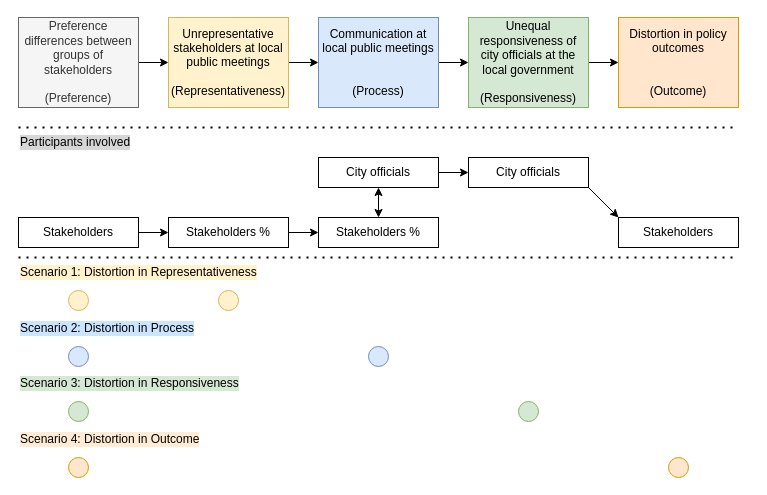
Earlier version of the draw.io diagram newFramework.drawio (changgge/changgge). Source tidied: cells renumbered, new cells numbered last; positions are measured from the earlier drawing's top-left corner, leaving out a move shared by most shapes. Both pictures are drawn from the tidied source at 100%, with x=0, y=0 at pixel (18, 17).
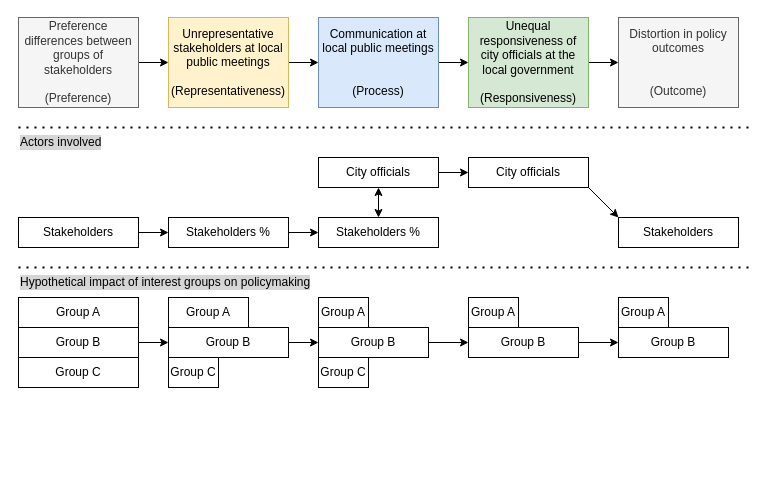
The same diagram, later.

Change to the diagram source:
```diff
@@
-    <mxCell id="10" value="Distortion in policy outcomes&lt;br&gt;&lt;br&gt;&lt;br&gt;(Outcome)" style="rounded=0;whiteSpace=wrap;html=1;fillColor=#ffe6cc;strokeColor=#d79b00;" parent="1" vertex="1">
+    <mxCell id="10" value="Distortion in policy outcomes&lt;br&gt;&lt;br&gt;&lt;br&gt;(Outcome)" style="rounded=0;whiteSpace=wrap;html=1;fillColor=#f5f5f5;strokeColor=#666666;fontColor=#333333;" parent="1" vertex="1">
       <mxGeometry x="600" width="120" height="90" as="geometry" />
     </mxCell>
@@
-    <mxCell id="22" value="Scenario 1: Distortion in Representativeness" style="text;html=1;strokeColor=none;fillColor=none;align=left;verticalAlign=middle;whiteSpace=wrap;rounded=0;labelBackgroundColor=#FFF2CC;" parent="1" vertex="1">
-      <mxGeometry y="240" width="280" height="30" as="geometry" />
-    </mxCell>
-    <mxCell id="23" style="ellipse;whiteSpace=wrap;html=1;fillColor=#fff2cc;strokeColor=#d6b656;" parent="1" vertex="1">
-      <mxGeometry x="50" y="273" width="20" height="20" as="geometry" />
-    </mxCell>
-    <mxCell id="24" style="ellipse;whiteSpace=wrap;html=1;fillColor=#fff2cc;strokeColor=#d6b656;" parent="1" vertex="1">
-      <mxGeometry x="200" y="273" width="20" height="20" as="geometry" />
-    </mxCell>
-    <mxCell id="25" value="Scenario 2: Distortion in Process" style="text;html=1;strokeColor=none;fillColor=none;align=left;verticalAlign=middle;whiteSpace=wrap;rounded=0;labelBackgroundColor=#CCE5FF;" parent="1" vertex="1">
-      <mxGeometry y="296" width="290" height="30" as="geometry" />
-    </mxCell>
-    <mxCell id="26" style="ellipse;whiteSpace=wrap;html=1;fillColor=#dae8fc;strokeColor=#6c8ebf;" parent="1" vertex="1">
-      <mxGeometry x="50" y="329" width="20" height="20" as="geometry" />
-    </mxCell>
-    <mxCell id="27" style="ellipse;whiteSpace=wrap;html=1;fillColor=#dae8fc;strokeColor=#6c8ebf;" parent="1" vertex="1">
-      <mxGeometry x="350" y="329" width="20" height="20" as="geometry" />
-    </mxCell>
-    <mxCell id="28" style="endArrow=none;dashed=1;html=1;dashPattern=1 3;strokeWidth=2;rounded=0;" parent="1" edge="1">
-      <mxGeometry relative="1" as="geometry">
-        <mxPoint y="240" as="sourcePoint" />
-        <mxPoint x="720" y="240" as="targetPoint" />
-      </mxGeometry>
-    </mxCell>
-    <mxCell id="29" style="ellipse;whiteSpace=wrap;html=1;fillColor=#d5e8d4;strokeColor=#82b366;" parent="1" vertex="1">
-      <mxGeometry x="50" y="384" width="20" height="20" as="geometry" />
-    </mxCell>
-    <mxCell id="30" style="ellipse;whiteSpace=wrap;html=1;fillColor=#d5e8d4;strokeColor=#82b366;" parent="1" vertex="1">
-      <mxGeometry x="500" y="384" width="20" height="20" as="geometry" />
-    </mxCell>
-    <mxCell id="31" value="Scenario 4: Distortion in Outcome" style="text;html=1;strokeColor=none;fillColor=none;align=left;verticalAlign=middle;whiteSpace=wrap;rounded=0;labelBackgroundColor=#ffecd5;" parent="1" vertex="1">
-      <mxGeometry y="407" width="290" height="30" as="geometry" />
-    </mxCell>
-    <mxCell id="32" style="ellipse;whiteSpace=wrap;html=1;fillColor=#ffe6cc;strokeColor=#d79b00;" parent="1" vertex="1">
-      <mxGeometry x="50" y="440" width="20" height="20" as="geometry" />
-    </mxCell>
-    <mxCell id="33" style="ellipse;whiteSpace=wrap;html=1;fillColor=#ffe6cc;strokeColor=#d79b00;" parent="1" vertex="1">
-      <mxGeometry x="650" y="440" width="20" height="20" as="geometry" />
-    </mxCell>
-    <mxCell id="34" value="Participants involved" style="text;html=1;strokeColor=none;fillColor=none;align=left;verticalAlign=middle;whiteSpace=wrap;rounded=0;labelBackgroundColor=#d6d6d6;" parent="1" vertex="1">
+    <mxCell id="34" value="Actors involved" style="text;html=1;strokeColor=none;fillColor=none;align=left;verticalAlign=middle;whiteSpace=wrap;rounded=0;labelBackgroundColor=#d6d6d6;" parent="1" vertex="1">
       <mxGeometry y="110" width="220" height="30" as="geometry" />
     </mxCell>
     <mxCell id="35" style="endArrow=none;dashed=1;html=1;dashPattern=1 3;strokeWidth=2;rounded=0;" parent="1" edge="1">
       <mxGeometry relative="1" as="geometry">
         <mxPoint y="110" as="sourcePoint" />
-        <mxPoint x="720" y="110" as="targetPoint" />
+        <mxPoint x="730" y="110" as="targetPoint" />
       </mxGeometry>
     </mxCell>
-    <mxCell id="36" value="Scenario 3: Distortion in Responsiveness" style="text;html=1;strokeColor=none;fillColor=none;align=left;verticalAlign=middle;whiteSpace=wrap;rounded=0;labelBackgroundColor=#D5E8D4;" parent="1" vertex="1">
-      <mxGeometry y="351" width="290" height="30" as="geometry" />
-    </mxCell>
+    <mxCell id="37" style="endArrow=none;dashed=1;html=1;dashPattern=1 3;strokeWidth=2;rounded=0;" parent="1" edge="1">
+      <mxGeometry relative="1" as="geometry">
+        <mxPoint y="250" as="sourcePoint" />
+        <mxPoint x="730" y="250" as="targetPoint" />
+      </mxGeometry>
+    </mxCell>
+    <mxCell id="38" value="Hypothetical impact of interest groups on policymaking" style="text;html=1;strokeColor=none;fillColor=none;align=left;verticalAlign=middle;whiteSpace=wrap;rounded=0;labelBackgroundColor=#d6d6d6;" parent="1" vertex="1">
+      <mxGeometry y="250" width="300" height="30" as="geometry" />
+    </mxCell>
+    <mxCell id="39" value="Group A" style="rounded=0;whiteSpace=wrap;html=1;" parent="1" vertex="1">
+      <mxGeometry y="280" width="120" height="30" as="geometry" />
+    </mxCell>
+    <mxCell id="40" style="edgeStyle=orthogonalEdgeStyle;rounded=0;jettySize=auto;html=1;exitX=1;exitY=0.5;exitDx=0;exitDy=0;entryX=0;entryY=0.5;entryDx=0;entryDy=0;" parent="1" edge="1" source="41" target="45">
+      <mxGeometry relative="1" as="geometry" />
+    </mxCell>
+    <mxCell id="41" value="Group B" style="rounded=0;whiteSpace=wrap;html=1;" parent="1" vertex="1">
+      <mxGeometry y="310" width="120" height="30" as="geometry" />
+    </mxCell>
+    <mxCell id="42" value="Group C" style="rounded=0;whiteSpace=wrap;html=1;" parent="1" vertex="1">
+      <mxGeometry y="340" width="120" height="30" as="geometry" />
+    </mxCell>
+    <mxCell id="43" value="Group A" style="rounded=0;whiteSpace=wrap;html=1;" parent="1" vertex="1">
+      <mxGeometry x="150" y="280" width="80" height="30" as="geometry" />
+    </mxCell>
+    <mxCell id="44" style="edgeStyle=orthogonalEdgeStyle;rounded=0;jettySize=auto;html=1;exitX=1;exitY=0.5;exitDx=0;exitDy=0;entryX=0;entryY=0.5;entryDx=0;entryDy=0;" parent="1" edge="1" source="45" target="49">
+      <mxGeometry relative="1" as="geometry" />
+    </mxCell>
+    <mxCell id="45" value="Group B" style="rounded=0;whiteSpace=wrap;html=1;" parent="1" vertex="1">
+      <mxGeometry x="150" y="310" width="120" height="30" as="geometry" />
+    </mxCell>
+    <mxCell id="46" value="Group C" style="rounded=0;whiteSpace=wrap;html=1;" parent="1" vertex="1">
+      <mxGeometry x="150" y="340" width="50" height="30" as="geometry" />
+    </mxCell>
+    <mxCell id="47" value="Group A" style="rounded=0;whiteSpace=wrap;html=1;" parent="1" vertex="1">
+      <mxGeometry x="300" y="280" width="50" height="30" as="geometry" />
+    </mxCell>
+    <mxCell id="48" style="edgeStyle=orthogonalEdgeStyle;rounded=0;jettySize=auto;html=1;exitX=1;exitY=0.5;exitDx=0;exitDy=0;entryX=0;entryY=0.5;entryDx=0;entryDy=0;" parent="1" edge="1" source="49" target="53">
+      <mxGeometry relative="1" as="geometry" />
+    </mxCell>
+    <mxCell id="49" value="Group B" style="rounded=0;whiteSpace=wrap;html=1;" parent="1" vertex="1">
+      <mxGeometry x="300" y="310" width="110" height="30" as="geometry" />
+    </mxCell>
+    <mxCell id="50" value="Group C" style="rounded=0;whiteSpace=wrap;html=1;" parent="1" vertex="1">
+      <mxGeometry x="300" y="340" width="50" height="30" as="geometry" />
+    </mxCell>
+    <mxCell id="51" value="Group A" style="rounded=0;whiteSpace=wrap;html=1;" parent="1" vertex="1">
+      <mxGeometry x="450" y="280" width="50" height="30" as="geometry" />
+    </mxCell>
+    <mxCell id="52" style="edgeStyle=orthogonalEdgeStyle;rounded=0;jettySize=auto;html=1;exitX=1;exitY=0.5;exitDx=0;exitDy=0;entryX=0;entryY=0.5;entryDx=0;entryDy=0;" parent="1" edge="1" source="53" target="55">
+      <mxGeometry relative="1" as="geometry" />
+    </mxCell>
+    <mxCell id="53" value="Group B" style="rounded=0;whiteSpace=wrap;html=1;" parent="1" vertex="1">
+      <mxGeometry x="450" y="310" width="110" height="30" as="geometry" />
+    </mxCell>
+    <mxCell id="54" value="Group A" style="rounded=0;whiteSpace=wrap;html=1;" parent="1" vertex="1">
+      <mxGeometry x="600" y="280" width="50" height="30" as="geometry" />
+    </mxCell>
+    <mxCell id="55" value="Group B" style="rounded=0;whiteSpace=wrap;html=1;" parent="1" vertex="1">
+      <mxGeometry x="600" y="310" width="110" height="30" as="geometry" />
+    </mxCell>
```
